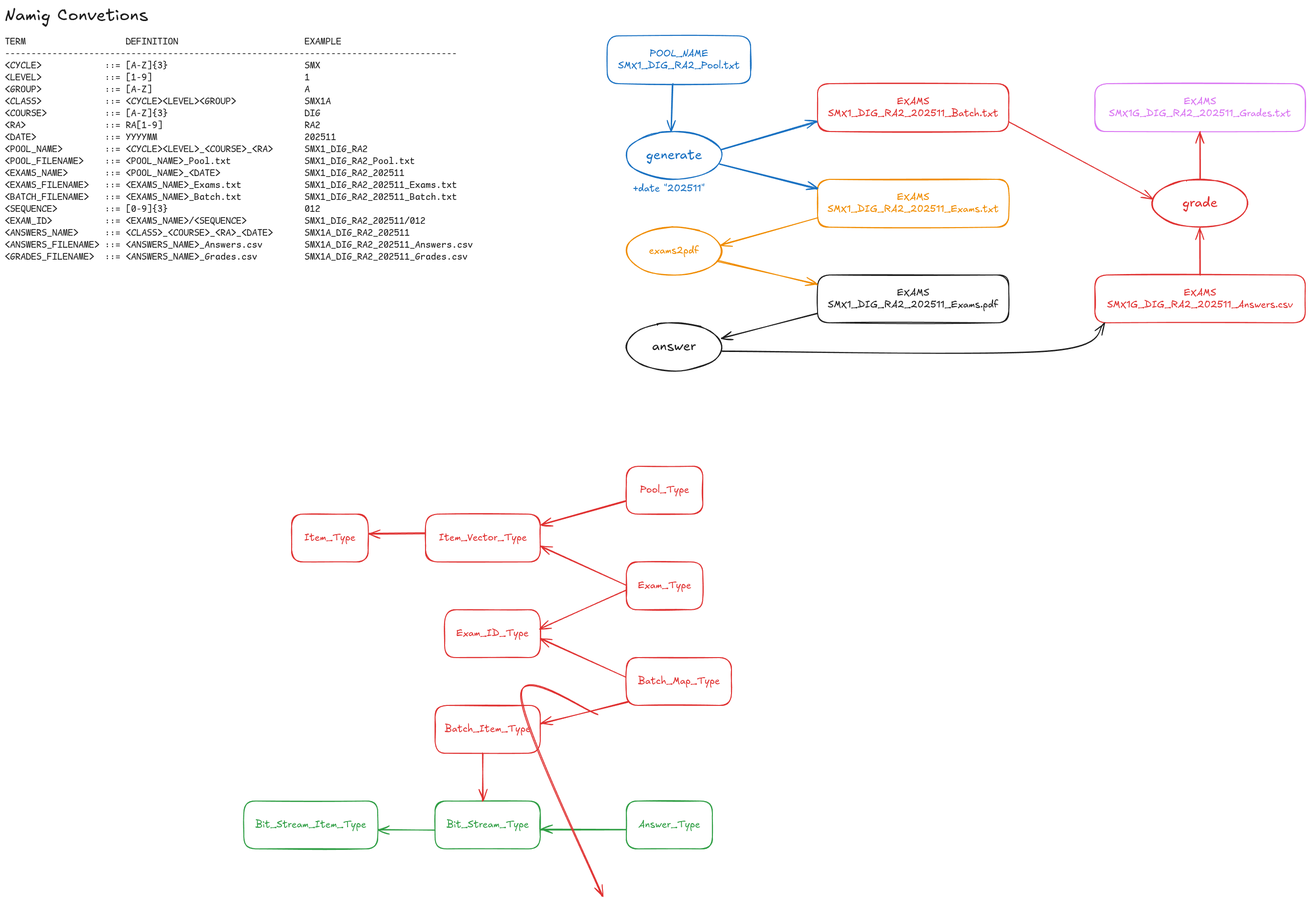
This is documents.excalidraw.png from rocher/hilbert, a Excalidraw export, as it was before one commit. Source tidied: one line per element, renumbered; positions are measured from the earlier drawing's top-left corner, leaving out a move shared by most shapes.
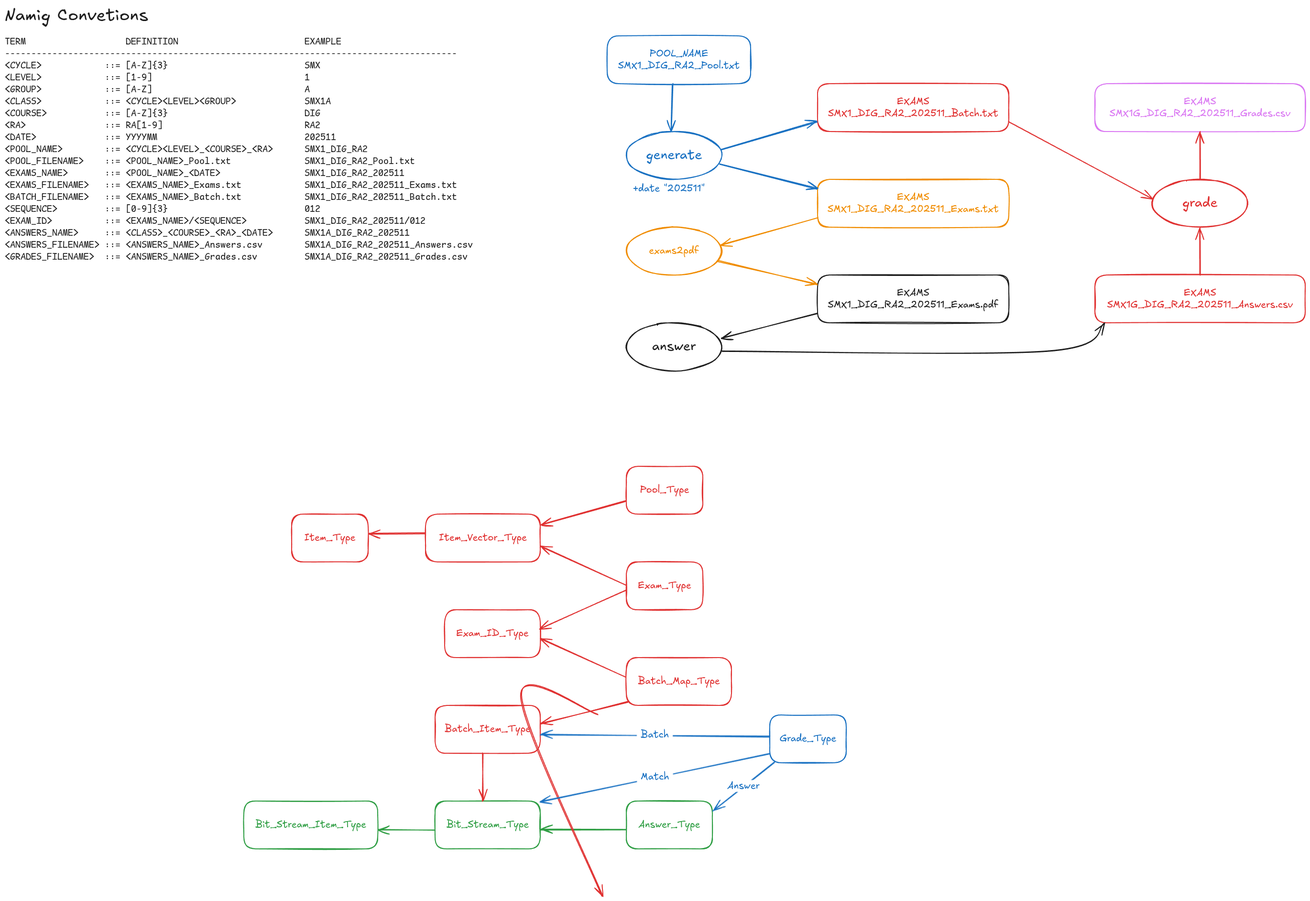
After the change.

The edit, as a diff of the source:
```diff
@@ -7,7 +7,7 @@
 {"id": 6, "type": "rectangle", "strokeColor": "#e03131", "strokeWidth": 2, "roughness": 1, "round": true, "x": 2280, "y": 565, "width": 440, "height": 100}
 {"id": 7, "type": "text", "text": "EXAMS\nSMX1G_DIG_RA2_202511_Answers.csv", "strokeColor": "#e03131", "strokeWidth": 2, "roughness": 1, "fontSize": 20, "fontFamily": 5, "textAlign": "center", "verticalAlign": "middle", "inside": 6, "x": 2306, "y": 590, "width": 389, "height": 50}
 {"id": 8, "type": "rectangle", "strokeColor": "#da77f2", "strokeWidth": 2, "roughness": 1, "round": true, "x": 2280, "y": 165, "width": 440, "height": 100}
-{"id": 9, "type": "text", "text": "EXAMS\nSMX1G_DIG_RA2_202511_Grades.txt", "strokeColor": "#da77f2", "strokeWidth": 2, "roughness": 1, "fontSize": 20, "fontFamily": 5, "textAlign": "center", "verticalAlign": "middle", "inside": 8, "x": 2310, "y": 190, "width": 381, "height": 50}
+{"id": 9, "type": "text", "text": "EXAMS\nSMX1G_DIG_RA2_202511_Grades.csv", "strokeColor": "#da77f2", "strokeWidth": 2, "roughness": 1, "fontSize": 20, "fontFamily": 5, "textAlign": "center", "verticalAlign": "middle", "inside": 8, "x": 2311, "y": 190, "width": 378, "height": 50}
 {"id": 10, "type": "arrow", "strokeColor": "#1971c2", "strokeWidth": 2, "roughness": 1, "endArrowhead": "arrow", "round": true, "from": 15, "to": 2, "x": 1495, "y": 334, "width": 205, "height": 51, "points": [[0, 0], [205, 51]]}
 {"id": 11, "type": "rectangle", "strokeColor": "#1e1e1e", "strokeWidth": 2, "roughness": 1, "round": true, "x": 1700, "y": 565, "width": 400, "height": 100}
 {"id": 12, "type": "text", "text": "EXAMS\nSMX1_DIG_RA2_202511_Exams.pdf", "strokeColor": "#1e1e1e", "strokeWidth": 2, "roughness": 1, "fontSize": 20, "fontFamily": 5, "textAlign": "center", "verticalAlign": "middle", "inside": 11, "x": 1722, "y": 590, "width": 357, "height": 50}
@@ -60,3 +60,11 @@
 {"id": 59, "type": "arrow", "strokeColor": "#e03131", "strokeWidth": 2, "roughness": 1, "endArrowhead": "arrow", "round": true, "from": 41, "to": 43, "x": 1300, "y": 1225, "width": 180, "height": 80, "points": [[0, 0], [-180, 80]]}
 {"id": 60, "type": "arrow", "strokeColor": "#e03131", "strokeWidth": 2, "roughness": 1, "endArrowhead": "arrow", "round": true, "from": 39, "to": 43, "x": 1299, "y": 1406, "width": 178, "height": 81, "points": [[0, 0], [-178, -81]]}
 {"id": 61, "type": "arrow", "strokeColor": "#e03131", "strokeWidth": 2, "roughness": 1, "endArrowhead": "arrow", "round": true, "from": 37, "to": 52, "x": 1000, "y": 1565, "width": 0, "height": 100, "points": [[0, 0], [0, 100]]}
+{"id": 62, "type": "rectangle", "strokeColor": "#1971c2", "strokeWidth": 2, "roughness": 1, "round": true, "x": 1600, "y": 1485, "width": 160, "height": 100}
+{"id": 63, "type": "text", "text": "Grade_Type", "strokeColor": "#1971c2", "strokeWidth": 2, "roughness": 1, "fontSize": 20, "fontFamily": 5, "textAlign": "center", "verticalAlign": "middle", "inside": 62, "x": 1621, "y": 1522, "width": 119, "height": 25}
+{"id": 64, "type": "arrow", "strokeColor": "#1971c2", "strokeWidth": 2, "roughness": 1, "endArrowhead": "arrow", "round": true, "from": 62, "to": 37, "x": 1599, "y": 1529, "width": 479, "height": 4, "points": [[0, 0], [-479, -4]]}
+{"id": 65, "type": "text", "text": " Batch ", "strokeColor": "#1971c2", "strokeWidth": 2, "roughness": 1, "fontSize": 20, "fontFamily": 5, "textAlign": "center", "verticalAlign": "middle", "inside": 64, "x": 1322, "y": 1515, "width": 75, "height": 25}
+{"id": 66, "type": "arrow", "strokeColor": "#1971c2", "strokeWidth": 2, "roughness": 1, "endArrowhead": "arrow", "round": true, "from": 62, "to": 54, "x": 1610, "y": 1582, "width": 129, "height": 102, "points": [[0, 0], [-129, 102]]}
+{"id": 67, "type": "text", "text": " Answer ", "strokeColor": "#1971c2", "strokeWidth": 2, "roughness": 1, "fontSize": 20, "fontFamily": 5, "textAlign": "center", "verticalAlign": "middle", "inside": 66, "x": 1503, "y": 1621, "width": 84, "height": 25}
+{"id": 68, "type": "arrow", "strokeColor": "#1971c2", "strokeWidth": 2, "roughness": 1, "endArrowhead": "arrow", "round": true, "from": 62, "to": 52, "x": 1600, "y": 1565, "width": 480, "height": 100, "points": [[0, 0], [-480, 100]]}
+{"id": 69, "type": "text", "text": " Match ", "strokeColor": "#1971c2", "strokeWidth": 2, "roughness": 1, "fontSize": 20, "fontFamily": 5, "textAlign": "center", "verticalAlign": "middle", "inside": 68, "x": 1322, "y": 1602, "width": 75, "height": 25}
```
